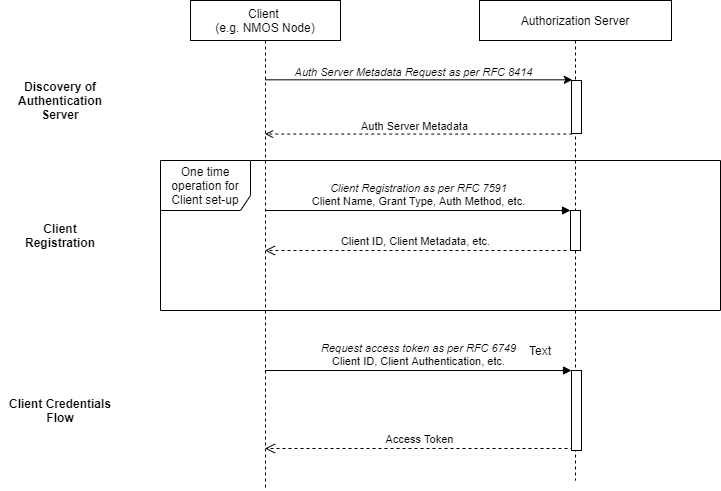
jonathan-r-thorpe/nmos-authorization-implementers-guide keeps this draw.io diagram as docs/images/client_credentials_flow.png. Above is the earlier version. Source tidied: cells renumbered, new cells last; positions are measured from the earlier drawing's top-left corner, leaving out a move shared by most shapes.
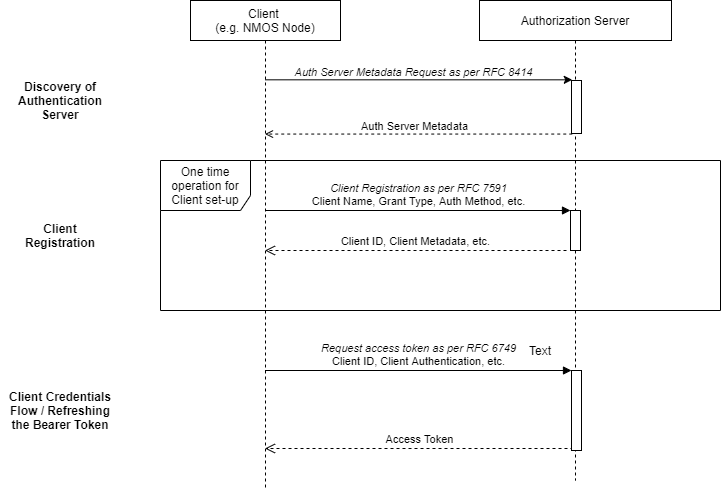
After the commit.

What changed in the source:
```diff
@@ -59,7 +59,7 @@
     <mxCell id="16" value="&lt;b&gt;Client Registration&lt;/b&gt;" style="text;html=1;strokeColor=none;fillColor=none;align=center;verticalAlign=middle;whiteSpace=wrap;rounded=0;" parent="1" vertex="1">
       <mxGeometry x="20" y="160" width="80" height="150" as="geometry" />
     </mxCell>
-    <mxCell id="17" value="&lt;b&gt;Client Credentials Flow&lt;/b&gt;" style="text;html=1;strokeColor=none;fillColor=none;align=center;verticalAlign=middle;whiteSpace=wrap;rounded=0;" parent="1" vertex="1">
+    <mxCell id="17" value="&lt;b&gt;Client Credentials Flow / Refreshing the Bearer Token&lt;/b&gt;" style="text;html=1;strokeColor=none;fillColor=none;align=center;verticalAlign=middle;whiteSpace=wrap;rounded=0;" parent="1" vertex="1">
       <mxGeometry y="370" width="120" height="80" as="geometry" />
     </mxCell>
     <mxCell id="18" value="Client &lt;br&gt;(e.g. NMOS Node)" style="shape=umlLifeline;perimeter=lifelinePerimeter;whiteSpace=wrap;html=1;outlineConnect=0;" parent="1" vertex="1">
```
